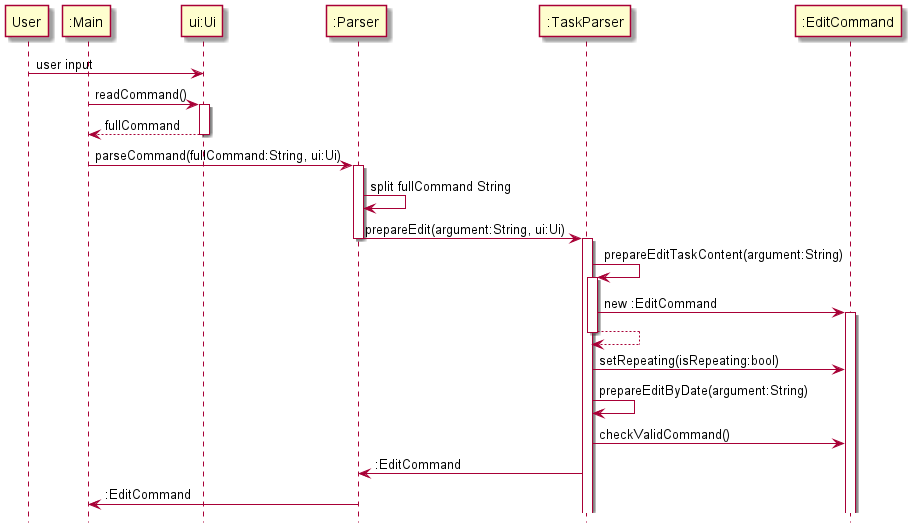
Above: docs/images/EditParseUserInputSD.png in nus-cs2113-AY2122S2/tp (PlantUML), before the change. Its diagram source:
```plantuml
@startuml

 hide footbox
 participant User as "User"
 participant Main as ":Main"
 participant Ui as "ui:Ui"
 participant Parser as ":Parser"
 participant TaskParser as ":TaskParser"
 participant EditCommand as ":EditCommand"

 User -> Ui: user input

 Main -> Ui: readCommand()
 activate Ui
 Ui --> Main: fullCommand
 deactivate Ui

 Main -> Parser: parseCommand(fullCommand:String, ui:Ui)

 activate Parser
 Parser -> Parser: split fullCommand String
 Parser -> TaskParser: prepareEdit(argument:String, ui:Ui)
 deactivate Parser

 activate TaskParser
 TaskParser -> TaskParser: prepareEditTaskContent(argument:String)
 activate TaskParser
 TaskParser -> EditCommand: new :EditCommand
 activate EditCommand
 TaskParser --> TaskParser
 deactivate TaskParser
 TaskParser -> EditCommand: setRepeating(isRepeating:bool)
 TaskParser -> TaskParser: prepareEditByDate(argument:String)
 TaskParser -> EditCommand: checkValidCommand()
 TaskParser -> Parser: :EditCommand
 Parser -> Main: :EditCommand

 @enduml
```
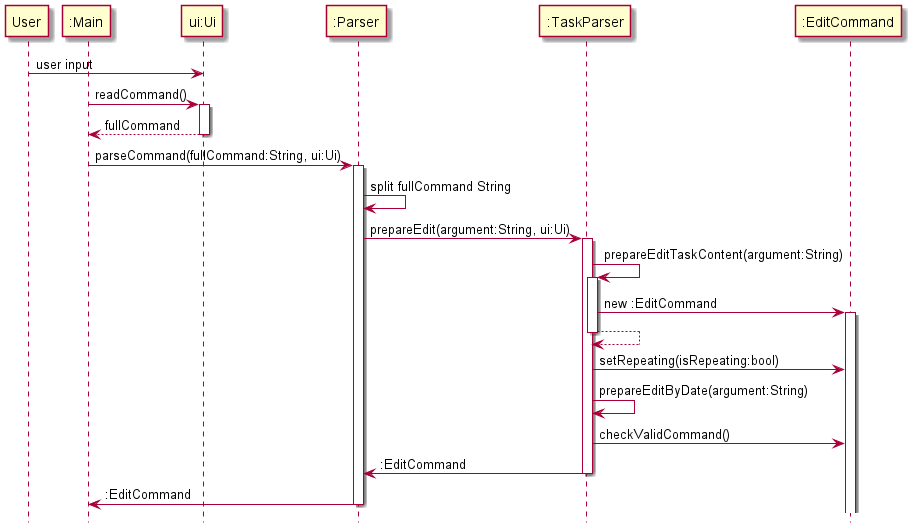
The same file after the commit.

Commit message:
Fix activation bar mistakes in sequence diagram

Diff of the diagram source:
```diff
@@ -20,7 +20,6 @@
  activate Parser
  Parser -> Parser: split fullCommand String
  Parser -> TaskParser: prepareEdit(argument:String, ui:Ui)
- deactivate Parser
 
  activate TaskParser
  TaskParser -> TaskParser: prepareEditTaskContent(argument:String)
@@ -33,6 +32,8 @@
  TaskParser -> TaskParser: prepareEditByDate(argument:String)
  TaskParser -> EditCommand: checkValidCommand()
  TaskParser -> Parser: :EditCommand
+ deactivate TaskParser
  Parser -> Main: :EditCommand
+ deactivate Parser
 
  @enduml
```
